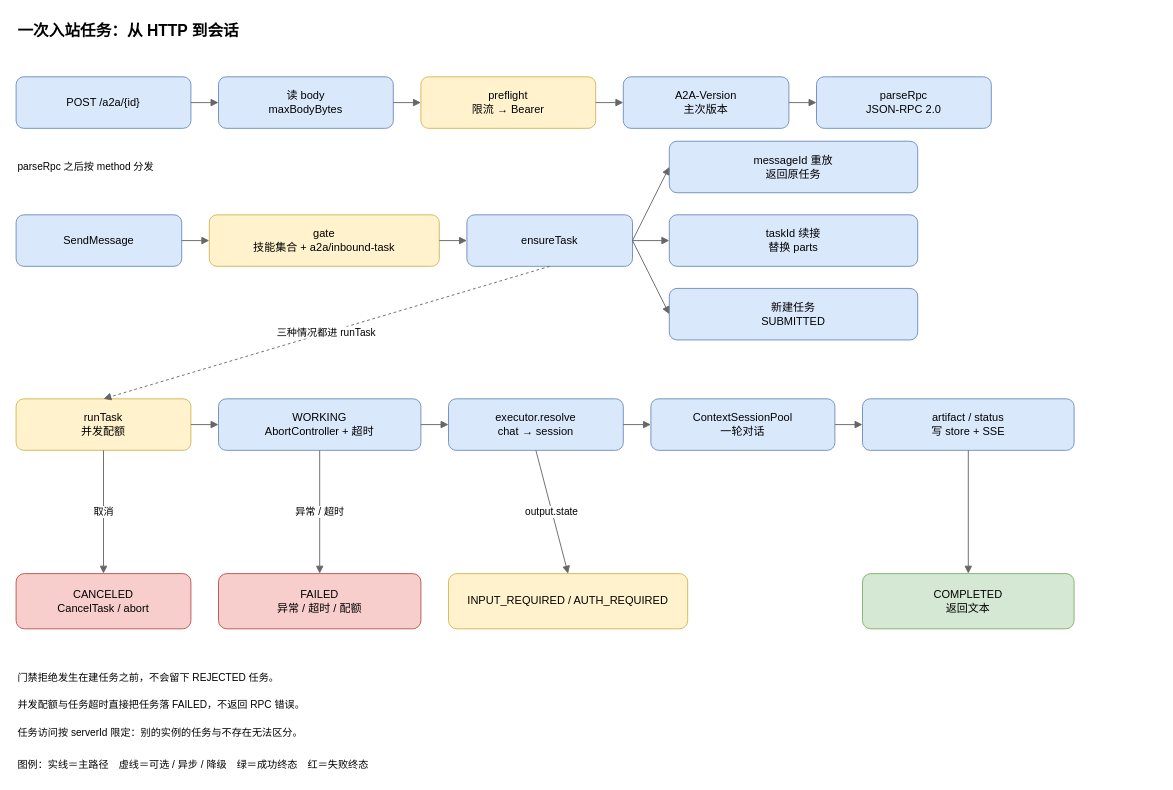
This is static/img/dsh-a2a/src/inbound-task-pipeline.drawio from HanphoneJan/HanphoneJan.github.io, a draw.io file, before an edit. Source tidied: cells renumbered, new cells numbered last; positions are measured from the earlier drawing's top-left corner, leaving out a move shared by most shapes. Both pictures are drawn from the tidied source at 92%, with x=0, y=0 at pixel (16, 16).
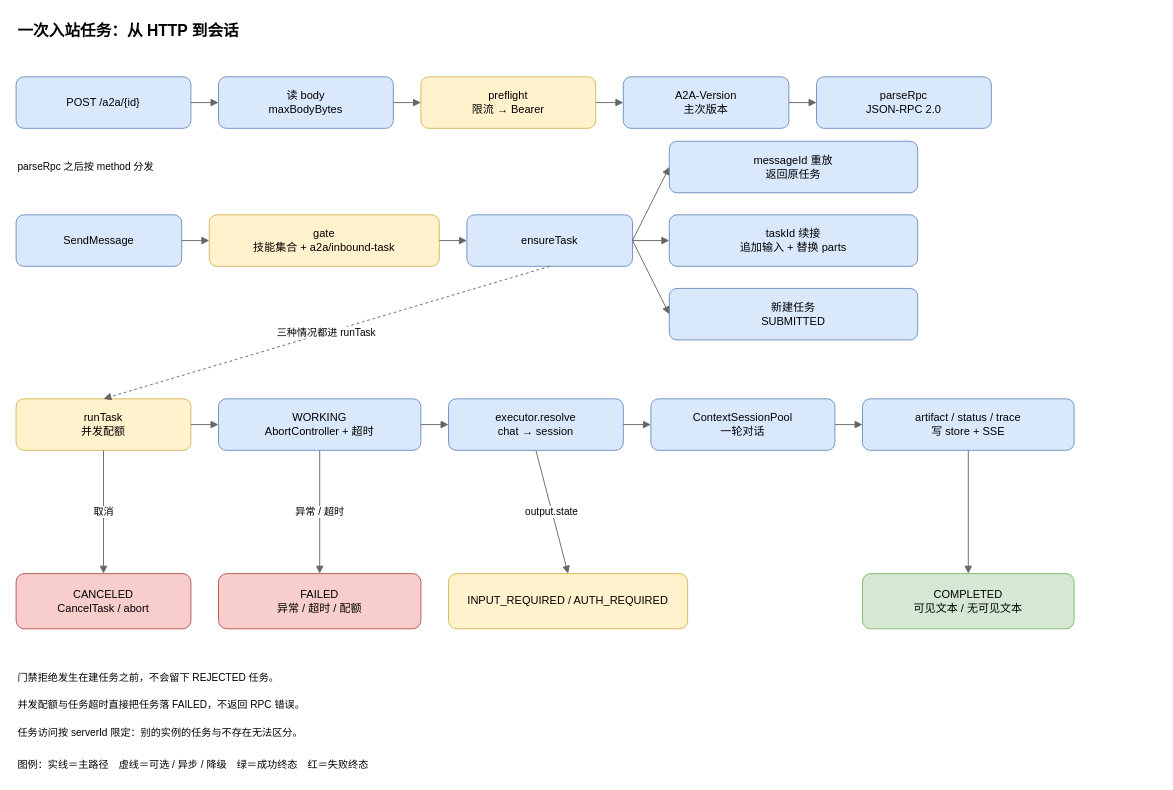
The same page after the edit.

Commit message (it also covers changes not shown here):
docs(dsh-a2a): sync 0.5.1 visible-only output and trace extension

Change to the diagram source:
```diff
@@
-    <mxCell id="19" value="taskId 续接&lt;br&gt;替换 parts" style="rounded=1;whiteSpace=wrap;html=1;fillColor=#dae8fc;strokeColor=#6c8ebf;fontFamily=Helvetica;fontSize=12;" parent="1" vertex="1">
+    <mxCell id="19" value="taskId 续接&lt;br&gt;追加输入 + 替换 parts" style="rounded=1;whiteSpace=wrap;html=1;fillColor=#dae8fc;strokeColor=#6c8ebf;fontFamily=Helvetica;fontSize=12;" parent="1" vertex="1">
       <mxGeometry x="710" y="216" width="270" height="56" as="geometry" />
     </mxCell>
@@
-    <mxCell id="28" value="artifact / status&lt;br&gt;写 store + SSE" style="rounded=1;whiteSpace=wrap;html=1;fillColor=#dae8fc;strokeColor=#6c8ebf;fontFamily=Helvetica;fontSize=12;" parent="1" vertex="1">
+    <mxCell id="28" value="artifact / status / trace&lt;br&gt;写 store + SSE" style="rounded=1;whiteSpace=wrap;html=1;fillColor=#dae8fc;strokeColor=#6c8ebf;fontFamily=Helvetica;fontSize=12;" parent="1" vertex="1">
       <mxGeometry x="920" y="416" width="230" height="56" as="geometry" />
     </mxCell>
@@
-    <mxCell id="37" value="COMPLETED&lt;br&gt;返回文本" style="rounded=1;whiteSpace=wrap;html=1;fillColor=#d5e8d4;strokeColor=#82b366;fontFamily=Helvetica;fontSize=12;" parent="1" vertex="1">
+    <mxCell id="37" value="COMPLETED&lt;br&gt;可见文本 / 无可见文本" style="rounded=1;whiteSpace=wrap;html=1;fillColor=#d5e8d4;strokeColor=#82b366;fontFamily=Helvetica;fontSize=12;" parent="1" vertex="1">
       <mxGeometry x="920" y="606" width="230" height="60" as="geometry" />
     </mxCell>
```
